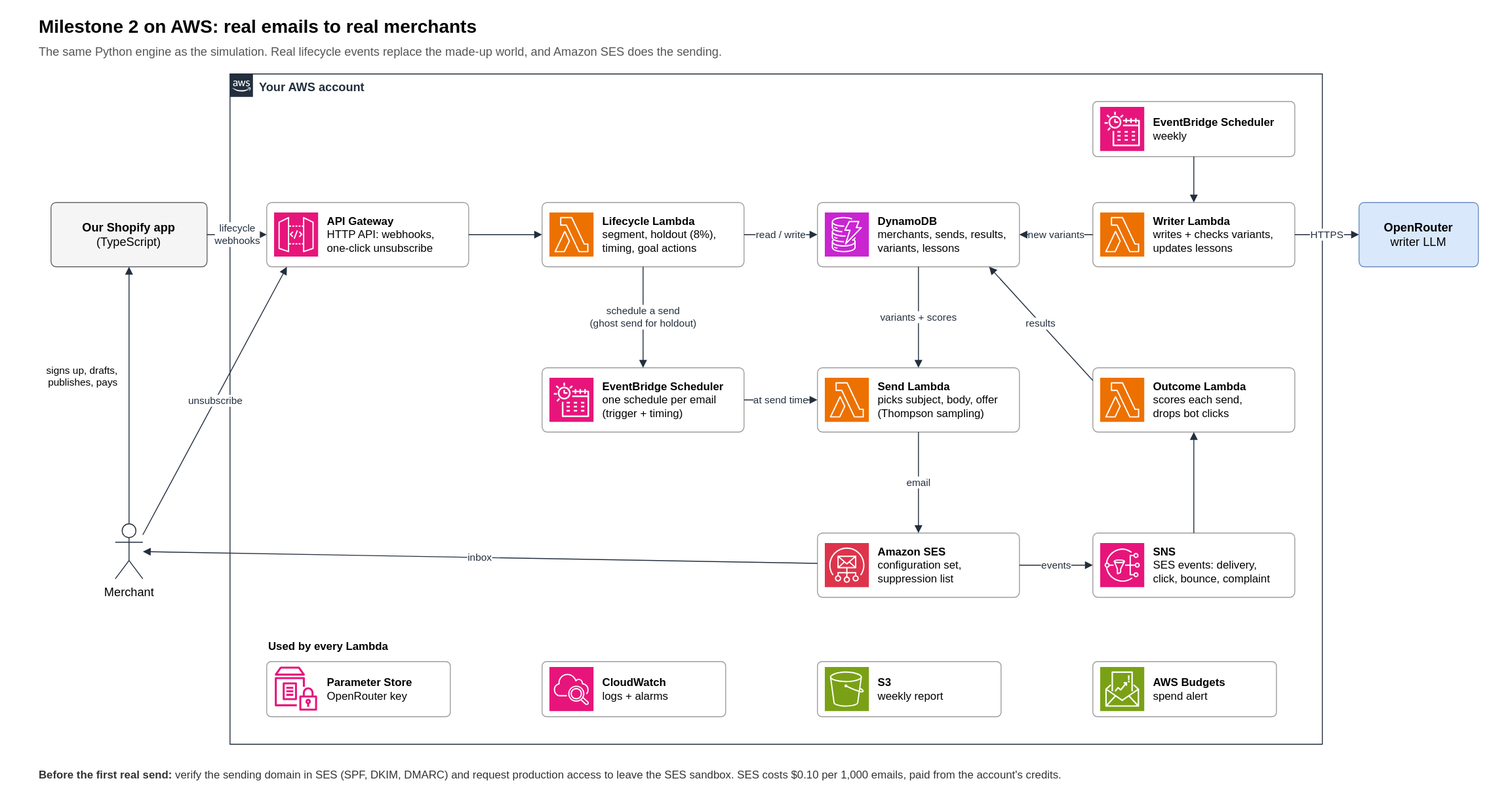
This is docs/diagrams/aws-production.drawio.svg from Mo3azAqeed/Win-back-AI-loop, a draw.io export, as it was before one commit. Source tidied: cells renumbered, new cells last; positions are measured from the earlier drawing's top-left corner, leaving out a move shared by most shapes.
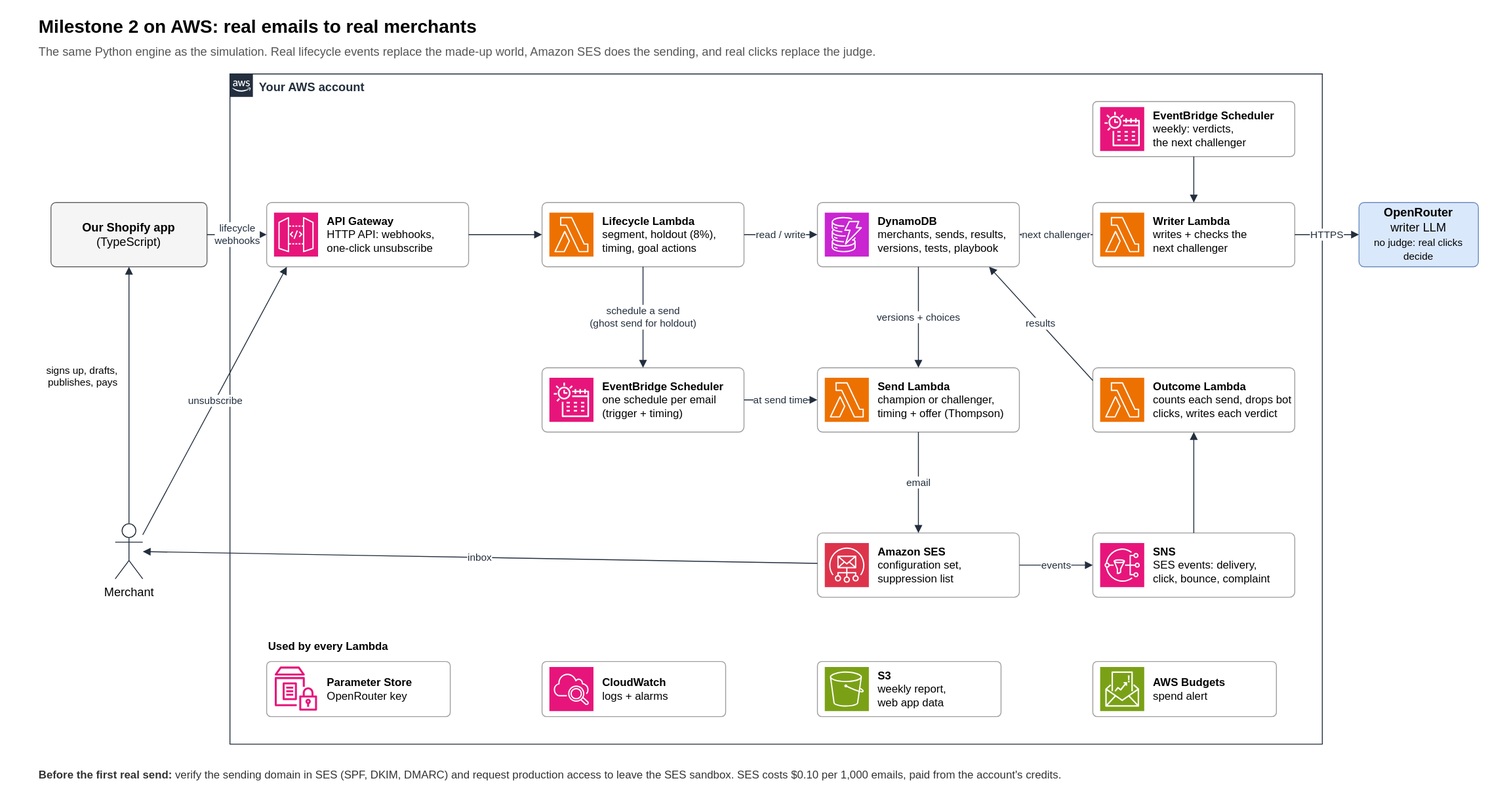
The same file after the commit.

The edit, as a diff of the source:
```diff
@@ -5,7 +5,7 @@
     <mxCell id="2" value="&lt;b&gt;Milestone 2 on AWS: real emails to real merchants&lt;/b&gt;" style="text;html=1;whiteSpace=wrap;fontSize=20;align=left;verticalAlign=top;" parent="1" vertex="1">
       <mxGeometry x="30" width="900" height="30" as="geometry" />
     </mxCell>
-    <mxCell id="3" value="The same Python engine as the simulation. Real lifecycle events replace the made-up world, and Amazon SES does the sending." style="text;html=1;whiteSpace=wrap;fontSize=13;align=left;verticalAlign=top;fontColor=#555555;" parent="1" vertex="1">
+    <mxCell id="3" value="The same Python engine as the simulation. Real lifecycle events replace the made-up world, Amazon SES does the sending, and real clicks replace the judge." style="text;html=1;whiteSpace=wrap;fontSize=13;align=left;verticalAlign=top;fontColor=#555555;" parent="1" vertex="1">
       <mxGeometry x="30" y="32" width="1200" height="22" as="geometry" />
     </mxCell>
     <mxCell id="4" value="Merchant" style="shape=umlActor;verticalLabelPosition=bottom;verticalAlign=top;html=1;fontSize=13;fillColor=#ffffff;strokeColor=#232F3E;" parent="1" vertex="1">
@@ -20,7 +20,7 @@
     <mxCell id="7" value="Your AWS account" style="html=1;whiteSpace=wrap;fontSize=13;fontStyle=1;shape=mxgraph.aws4.group;grIcon=mxgraph.aws4.group_aws_cloud_alt;strokeColor=#232F3E;fillColor=none;verticalAlign=top;align=left;spacingLeft=30;fontColor=#232F3E;" parent="1" vertex="1">
       <mxGeometry x="240" y="70" width="1190" height="730" as="geometry" />
     </mxCell>
-    <mxCell id="8" value="&lt;b&gt;EventBridge Scheduler&lt;/b&gt;&lt;br&gt;weekly" style="rounded=1;whiteSpace=wrap;html=1;fontSize=13;fillColor=#ffffff;strokeColor=#9e9e9e;arcSize=8;align=left;spacingLeft=64;fontSize=12;" parent="1" vertex="1">
+    <mxCell id="8" value="&lt;b&gt;EventBridge Scheduler&lt;/b&gt;&lt;br&gt;weekly: verdicts,&lt;br&gt;the next challenger" style="rounded=1;whiteSpace=wrap;html=1;fontSize=13;fillColor=#ffffff;strokeColor=#9e9e9e;arcSize=8;align=left;spacingLeft=64;fontSize=12;" parent="1" vertex="1">
       <mxGeometry x="1180" y="100" width="220" height="60" as="geometry" />
     </mxCell>
     <mxCell id="9" style="sketch=0;fontColor=#232F3E;fillColor=#E7157B;strokeColor=#ffffff;dashed=0;html=1;verticalLabelPosition=bottom;verticalAlign=top;align=center;fontSize=12;shape=mxgraph.aws4.resourceIcon;resIcon=mxgraph.aws4.eventbridge_scheduler;" parent="1" vertex="1">
@@ -38,13 +38,13 @@
     <mxCell id="13" style="sketch=0;fontColor=#232F3E;fillColor=#ED7100;strokeColor=#ffffff;dashed=0;html=1;verticalLabelPosition=bottom;verticalAlign=top;align=center;fontSize=12;shape=mxgraph.aws4.resourceIcon;resIcon=mxgraph.aws4.lambda;" parent="1" vertex="1">
       <mxGeometry x="588" y="221" width="48" height="48" as="geometry" />
     </mxCell>
-    <mxCell id="14" value="&lt;b&gt;DynamoDB&lt;/b&gt;&lt;br&gt;merchants, sends, results,&lt;br&gt;variants, lessons" style="rounded=1;whiteSpace=wrap;html=1;fontSize=13;fillColor=#ffffff;strokeColor=#9e9e9e;arcSize=8;align=left;spacingLeft=64;fontSize=12;" parent="1" vertex="1">
+    <mxCell id="14" value="&lt;b&gt;DynamoDB&lt;/b&gt;&lt;br&gt;merchants, sends, results,&lt;br&gt;versions, tests, playbook" style="rounded=1;whiteSpace=wrap;html=1;fontSize=13;fillColor=#ffffff;strokeColor=#9e9e9e;arcSize=8;align=left;spacingLeft=64;fontSize=12;" parent="1" vertex="1">
       <mxGeometry x="880" y="210" width="220" height="70" as="geometry" />
     </mxCell>
     <mxCell id="15" style="sketch=0;fontColor=#232F3E;fillColor=#C925D1;strokeColor=#ffffff;dashed=0;html=1;verticalLabelPosition=bottom;verticalAlign=top;align=center;fontSize=12;shape=mxgraph.aws4.resourceIcon;resIcon=mxgraph.aws4.dynamodb;" parent="1" vertex="1">
       <mxGeometry x="888" y="221" width="48" height="48" as="geometry" />
     </mxCell>
-    <mxCell id="16" value="&lt;b&gt;Writer Lambda&lt;/b&gt;&lt;br&gt;writes + checks variants,&lt;br&gt;updates lessons" style="rounded=1;whiteSpace=wrap;html=1;fontSize=13;fillColor=#ffffff;strokeColor=#9e9e9e;arcSize=8;align=left;spacingLeft=64;fontSize=12;" parent="1" vertex="1">
+    <mxCell id="16" value="&lt;b&gt;Writer Lambda&lt;/b&gt;&lt;br&gt;writes + checks the&lt;br&gt;next challenger" style="rounded=1;whiteSpace=wrap;html=1;fontSize=13;fillColor=#ffffff;strokeColor=#9e9e9e;arcSize=8;align=left;spacingLeft=64;fontSize=12;" parent="1" vertex="1">
       <mxGeometry x="1180" y="210" width="220" height="70" as="geometry" />
     </mxCell>
     <mxCell id="17" style="sketch=0;fontColor=#232F3E;fillColor=#ED7100;strokeColor=#ffffff;dashed=0;html=1;verticalLabelPosition=bottom;verticalAlign=top;align=center;fontSize=12;shape=mxgraph.aws4.resourceIcon;resIcon=mxgraph.aws4.lambda;" parent="1" vertex="1">
@@ -56,13 +56,13 @@
     <mxCell id="19" style="sketch=0;fontColor=#232F3E;fillColor=#E7157B;strokeColor=#ffffff;dashed=0;html=1;verticalLabelPosition=bottom;verticalAlign=top;align=center;fontSize=12;shape=mxgraph.aws4.resourceIcon;resIcon=mxgraph.aws4.eventbridge_scheduler;" parent="1" vertex="1">
       <mxGeometry x="588" y="401" width="48" height="48" as="geometry" />
     </mxCell>
-    <mxCell id="20" value="&lt;b&gt;Send Lambda&lt;/b&gt;&lt;br&gt;picks subject, body, offer&lt;br&gt;(Thompson sampling)" style="rounded=1;whiteSpace=wrap;html=1;fontSize=13;fillColor=#ffffff;strokeColor=#9e9e9e;arcSize=8;align=left;spacingLeft=64;fontSize=12;" parent="1" vertex="1">
+    <mxCell id="20" value="&lt;b&gt;Send Lambda&lt;/b&gt;&lt;br&gt;champion or challenger,&lt;br&gt;timing + offer (Thompson)" style="rounded=1;whiteSpace=wrap;html=1;fontSize=13;fillColor=#ffffff;strokeColor=#9e9e9e;arcSize=8;align=left;spacingLeft=64;fontSize=12;" parent="1" vertex="1">
       <mxGeometry x="880" y="390" width="220" height="70" as="geometry" />
     </mxCell>
     <mxCell id="21" style="sketch=0;fontColor=#232F3E;fillColor=#ED7100;strokeColor=#ffffff;dashed=0;html=1;verticalLabelPosition=bottom;verticalAlign=top;align=center;fontSize=12;shape=mxgraph.aws4.resourceIcon;resIcon=mxgraph.aws4.lambda;" parent="1" vertex="1">
       <mxGeometry x="888" y="401" width="48" height="48" as="geometry" />
     </mxCell>
-    <mxCell id="22" value="&lt;b&gt;Outcome Lambda&lt;/b&gt;&lt;br&gt;scores each send,&lt;br&gt;drops bot clicks" style="rounded=1;whiteSpace=wrap;html=1;fontSize=13;fillColor=#ffffff;strokeColor=#9e9e9e;arcSize=8;align=left;spacingLeft=64;fontSize=12;" parent="1" vertex="1">
+    <mxCell id="22" value="&lt;b&gt;Outcome Lambda&lt;/b&gt;&lt;br&gt;counts each send, drops bot&lt;br&gt;clicks, writes each verdict" style="rounded=1;whiteSpace=wrap;html=1;fontSize=13;fillColor=#ffffff;strokeColor=#9e9e9e;arcSize=8;align=left;spacingLeft=64;fontSize=12;" parent="1" vertex="1">
       <mxGeometry x="1180" y="390" width="220" height="70" as="geometry" />
     </mxCell>
     <mxCell id="23" style="sketch=0;fontColor=#232F3E;fillColor=#ED7100;strokeColor=#ffffff;dashed=0;html=1;verticalLabelPosition=bottom;verticalAlign=top;align=center;fontSize=12;shape=mxgraph.aws4.resourceIcon;resIcon=mxgraph.aws4.lambda;" parent="1" vertex="1">
@@ -80,7 +80,7 @@
     <mxCell id="27" style="sketch=0;fontColor=#232F3E;fillColor=#E7157B;strokeColor=#ffffff;dashed=0;html=1;verticalLabelPosition=bottom;verticalAlign=top;align=center;fontSize=12;shape=mxgraph.aws4.resourceIcon;resIcon=mxgraph.aws4.sns;" parent="1" vertex="1">
       <mxGeometry x="1188" y="581" width="48" height="48" as="geometry" />
     </mxCell>
-    <mxCell id="28" value="&lt;b&gt;OpenRouter&lt;/b&gt;&lt;br&gt;writer LLM" style="rounded=1;whiteSpace=wrap;html=1;fontSize=13;fillColor=#dae8fc;strokeColor=#6c8ebf;arcSize=8;" parent="1" vertex="1">
+    <mxCell id="28" value="&lt;b&gt;OpenRouter&lt;/b&gt;&lt;br&gt;writer LLM&lt;br&gt;&lt;font style='font-size:11px'&gt;no judge: real clicks decide&lt;/font&gt;" style="rounded=1;whiteSpace=wrap;html=1;fontSize=13;fillColor=#dae8fc;strokeColor=#6c8ebf;arcSize=8;" parent="1" vertex="1">
       <mxGeometry x="1470" y="210" width="130" height="70" as="geometry" />
     </mxCell>
     <mxCell id="29" style="edgeStyle=none;html=1;endArrow=block;endFill=1;strokeColor=#232F3E;fontSize=11;labelBackgroundColor=#ffffff;fontColor=#232F3E;" parent="1" edge="1" source="4" target="5">
@@ -104,7 +104,7 @@
     <mxCell id="35" value="at send time" style="edgeStyle=none;html=1;endArrow=block;endFill=1;strokeColor=#232F3E;fontSize=11;labelBackgroundColor=#ffffff;fontColor=#232F3E;" parent="1" edge="1" source="18" target="20">
       <mxGeometry relative="1" as="geometry" />
     </mxCell>
-    <mxCell id="36" value="variants + scores" style="edgeStyle=none;html=1;endArrow=block;endFill=1;strokeColor=#232F3E;fontSize=11;labelBackgroundColor=#ffffff;fontColor=#232F3E;" parent="1" edge="1" source="14" target="20">
+    <mxCell id="36" value="versions + choices" style="edgeStyle=none;html=1;endArrow=block;endFill=1;strokeColor=#232F3E;fontSize=11;labelBackgroundColor=#ffffff;fontColor=#232F3E;" parent="1" edge="1" source="14" target="20">
       <mxGeometry relative="1" as="geometry" />
     </mxCell>
     <mxCell id="37" value="email" style="edgeStyle=none;html=1;endArrow=block;endFill=1;strokeColor=#232F3E;fontSize=11;labelBackgroundColor=#ffffff;fontColor=#232F3E;" parent="1" edge="1" source="20" target="24">
@@ -125,7 +125,7 @@
     <mxCell id="42" style="edgeStyle=none;html=1;endArrow=block;endFill=1;strokeColor=#232F3E;fontSize=11;labelBackgroundColor=#ffffff;fontColor=#232F3E;" parent="1" edge="1" source="8" target="16">
       <mxGeometry relative="1" as="geometry" />
     </mxCell>
-    <mxCell id="43" value="new variants" style="edgeStyle=none;html=1;endArrow=block;endFill=1;strokeColor=#232F3E;fontSize=11;labelBackgroundColor=#ffffff;fontColor=#232F3E;" parent="1" edge="1" source="16" target="14">
+    <mxCell id="43" value="next challenger" style="edgeStyle=none;html=1;endArrow=block;endFill=1;strokeColor=#232F3E;fontSize=11;labelBackgroundColor=#ffffff;fontColor=#232F3E;" parent="1" edge="1" source="16" target="14">
       <mxGeometry relative="1" as="geometry" />
     </mxCell>
     <mxCell id="44" value="HTTPS" style="edgeStyle=none;html=1;endArrow=block;endFill=1;strokeColor=#232F3E;fontSize=11;labelBackgroundColor=#ffffff;fontColor=#232F3E;" parent="1" edge="1" source="16" target="28">
@@ -146,7 +146,7 @@
     <mxCell id="49" style="sketch=0;fontColor=#232F3E;fillColor=#E7157B;strokeColor=#ffffff;dashed=0;html=1;verticalLabelPosition=bottom;verticalAlign=top;align=center;fontSize=12;shape=mxgraph.aws4.resourceIcon;resIcon=mxgraph.aws4.cloudwatch_2;" parent="1" vertex="1">
       <mxGeometry x="588" y="716" width="48" height="48" as="geometry" />
     </mxCell>
-    <mxCell id="50" value="&lt;b&gt;S3&lt;/b&gt;&lt;br&gt;weekly report" style="rounded=1;whiteSpace=wrap;html=1;fontSize=13;fillColor=#ffffff;strokeColor=#9e9e9e;arcSize=8;align=left;spacingLeft=64;fontSize=12;" parent="1" vertex="1">
+    <mxCell id="50" value="&lt;b&gt;S3&lt;/b&gt;&lt;br&gt;weekly report,&lt;br&gt;web app data" style="rounded=1;whiteSpace=wrap;html=1;fontSize=13;fillColor=#ffffff;strokeColor=#9e9e9e;arcSize=8;align=left;spacingLeft=64;fontSize=12;" parent="1" vertex="1">
       <mxGeometry x="880" y="710" width="200" height="60" as="geometry" />
     </mxCell>
     <mxCell id="51" style="sketch=0;fontColor=#232F3E;fillColor=#7AA116;strokeColor=#ffffff;dashed=0;html=1;verticalLabelPosition=bottom;verticalAlign=top;align=center;fontSize=12;shape=mxgraph.aws4.resourceIcon;resIcon=mxgraph.aws4.s3;" parent="1" vertex="1">
```
